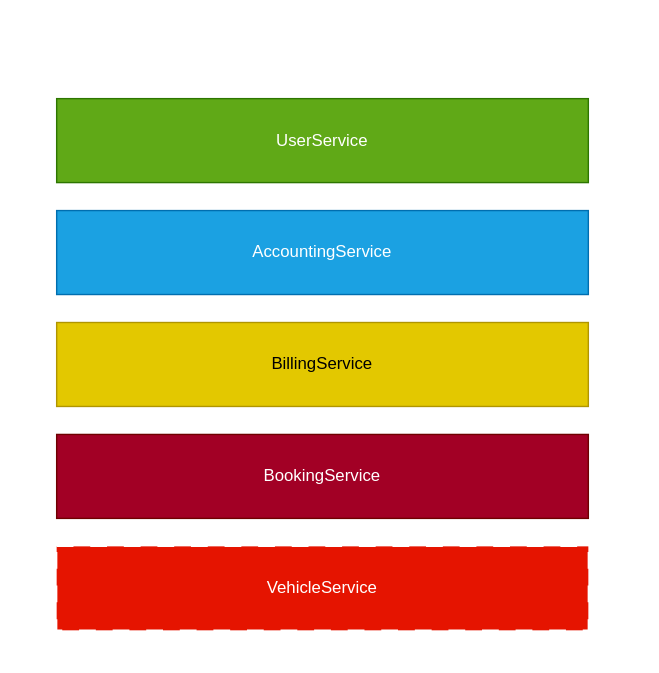
This is 10-Project-Context/doc/assets/services.drawio.svg from dnkh/FromZeroToMicroservices, a draw.io export, as it was before one commit. Source tidied: cells renumbered, new cells last; positions are measured from the earlier drawing's top-left corner, leaving out a move shared by most shapes. Source of this version:
```xml
<mxGraphModel>
  <root>
    <mxCell id="0" />
    <mxCell id="1" parent="0" />
    <mxCell id="2" style="group;fillColor=none;" parent="1" vertex="1">
      <mxGeometry width="470" height="480" as="geometry" />
    </mxCell>
    <mxCell id="3" value="&lt;span style=&quot;font-size: 15px;&quot;&gt;&lt;font&gt;Car sharing domain services&lt;/font&gt;&lt;/span&gt;" style="text;html=1;strokeColor=none;fillColor=none;align=left;verticalAlign=middle;whiteSpace=wrap;rounded=0;dashed=1;fontColor=#ffffff;labelBackgroundColor=none;" parent="2" vertex="1">
      <mxGeometry x="45" width="390" height="30" as="geometry" />
    </mxCell>
    <mxCell id="4" style="rounded=1;whiteSpace=wrap;html=1;fillColor=none;dashed=1;strokeColor=#ffffff;" parent="2" vertex="1">
      <mxGeometry y="40" width="470" height="440" as="geometry" />
    </mxCell>
    <mxCell id="5" value="UserService" style="rounded=0;whiteSpace=wrap;html=1;fillColor=#60a917;fontColor=#ffffff;strokeColor=#2D7600;" parent="1" vertex="1">
      <mxGeometry x="40" y="70" width="380" height="60" as="geometry" />
    </mxCell>
    <mxCell id="6" value="AccountingService" style="rounded=0;whiteSpace=wrap;html=1;fillColor=#1ba1e2;fontColor=#ffffff;strokeColor=#006EAF;" parent="1" vertex="1">
      <mxGeometry x="40" y="150" width="380" height="60" as="geometry" />
    </mxCell>
    <mxCell id="7" value="BillingService" style="rounded=0;whiteSpace=wrap;html=1;fillColor=#e3c800;fontColor=#000000;strokeColor=#B09500;" parent="1" vertex="1">
      <mxGeometry x="40" y="230" width="380" height="60" as="geometry" />
    </mxCell>
    <mxCell id="8" value="BookingService" style="rounded=0;whiteSpace=wrap;html=1;fillColor=#a20025;fontColor=#ffffff;strokeColor=#6F0000;" parent="1" vertex="1">
      <mxGeometry x="40" y="310" width="380" height="60" as="geometry" />
    </mxCell>
    <mxCell id="9" value="VehicleService" style="rounded=0;whiteSpace=wrap;html=1;dashed=1;dashPattern=12 12;fillColor=#e51400;fontColor=#ffffff;strokeColor=#FFFFFF;" parent="1" vertex="1">
      <mxGeometry x="40" y="390" width="380" height="60" as="geometry" />
    </mxCell>
  </root>
</mxGraphModel>
```
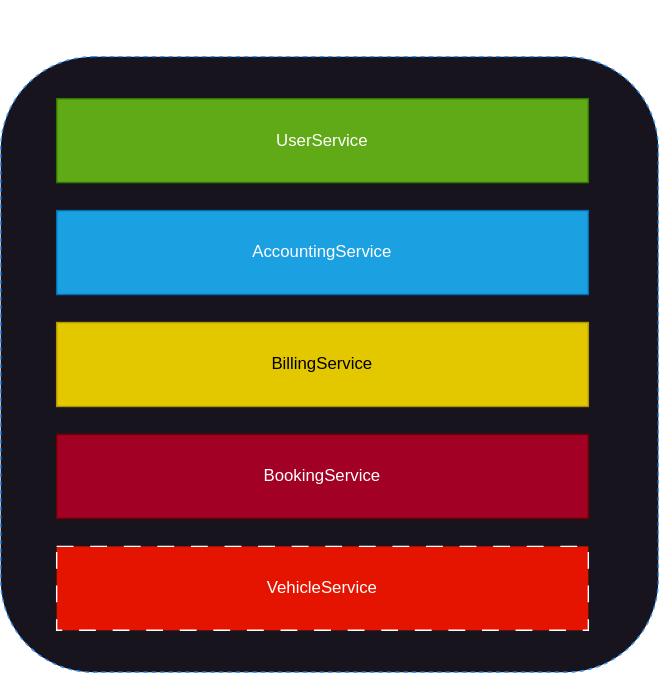
After the change.

Diff of the diagram source:
```diff
@@ -8,7 +8,7 @@
     <mxCell id="3" value="&lt;span style=&quot;font-size: 15px;&quot;&gt;&lt;font&gt;Car sharing domain services&lt;/font&gt;&lt;/span&gt;" style="text;html=1;strokeColor=none;fillColor=none;align=left;verticalAlign=middle;whiteSpace=wrap;rounded=0;dashed=1;fontColor=#ffffff;labelBackgroundColor=none;" parent="2" vertex="1">
       <mxGeometry x="45" width="390" height="30" as="geometry" />
     </mxCell>
-    <mxCell id="4" style="rounded=1;whiteSpace=wrap;html=1;fillColor=none;dashed=1;strokeColor=#ffffff;" parent="2" vertex="1">
+    <mxCell id="4" style="rounded=1;whiteSpace=wrap;html=1;fillColor=default;dashed=1;strokeColor=#3399FF;" parent="2" vertex="1">
       <mxGeometry y="40" width="470" height="440" as="geometry" />
     </mxCell>
     <mxCell id="5" value="UserService" style="rounded=0;whiteSpace=wrap;html=1;fillColor=#60a917;fontColor=#ffffff;strokeColor=#2D7600;" parent="1" vertex="1">
```
